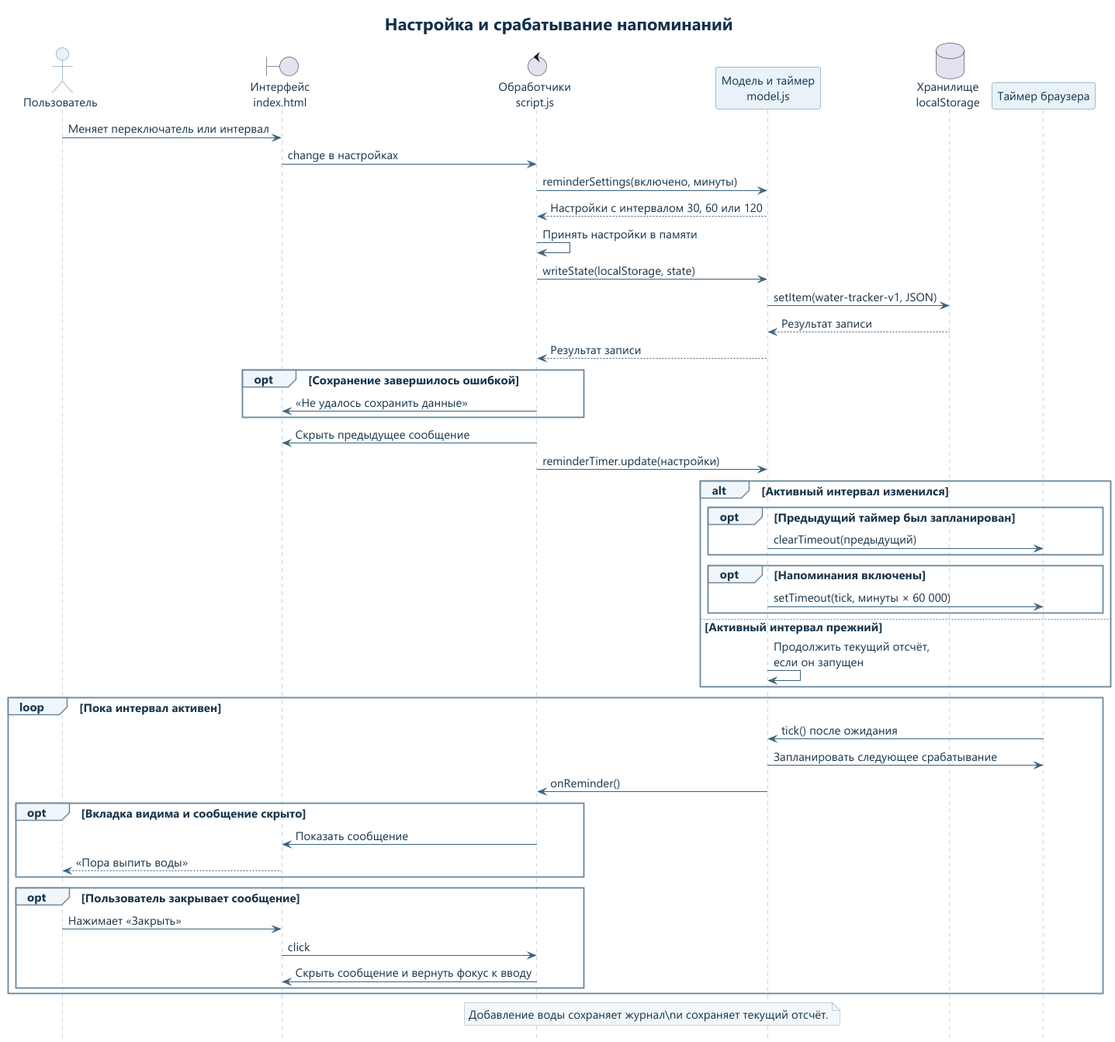
Above: docs/behavior/sequence/reminder_sequence.png in mpleteneva33-lab/smart-todo-srs- (PlantUML), before the change.
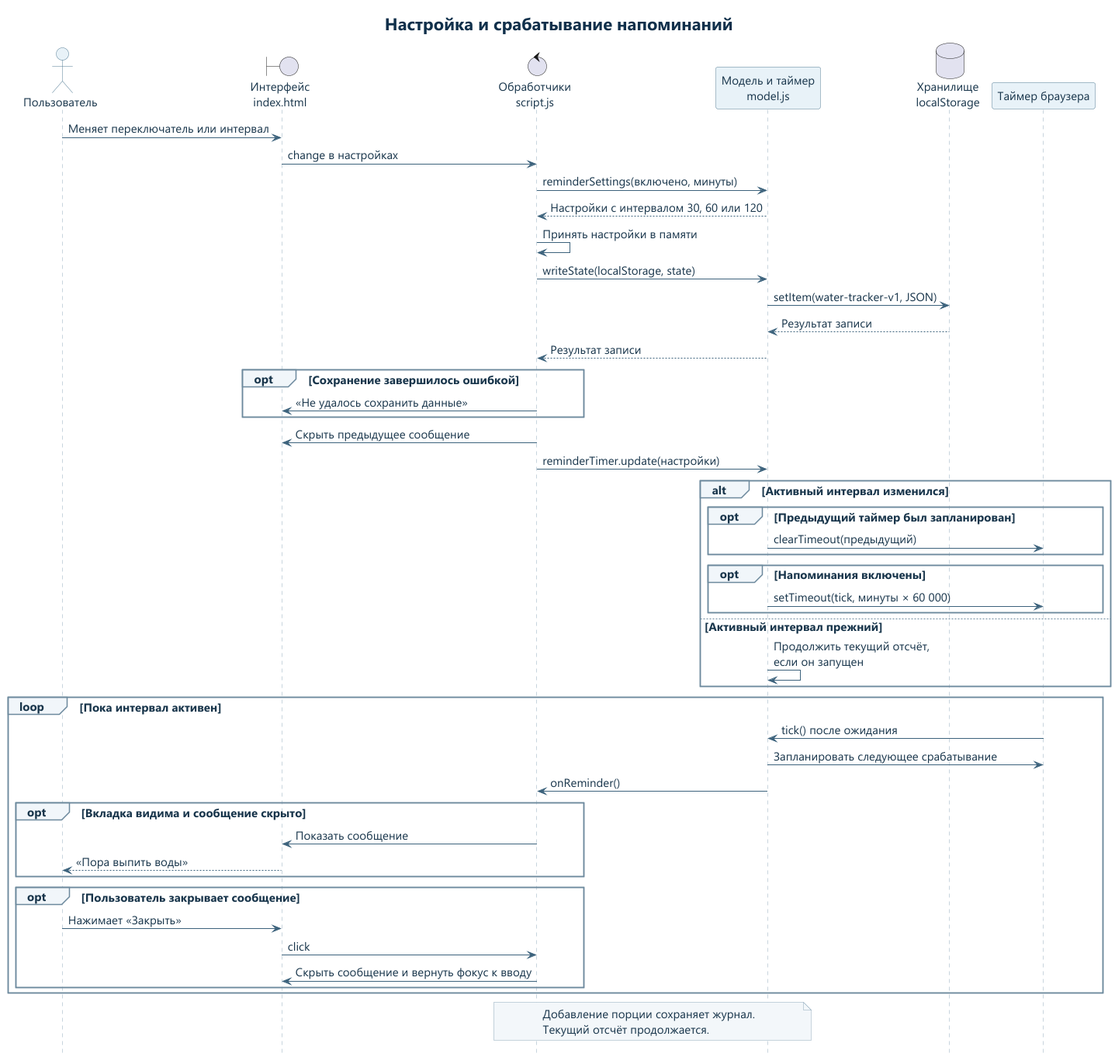
The same file after the commit.

Commit message:
docs: polish the reminder diagram note

Change to the diagram source:
```diff
@@ -70,6 +70,7 @@
 end
 
 note over App, Model
-  Добавление воды сохраняет журнал\nи сохраняет текущий отсчёт.
+  Добавление порции сохраняет журнал.
+  Текущий отсчёт продолжается.
 end note
 @enduml
```
